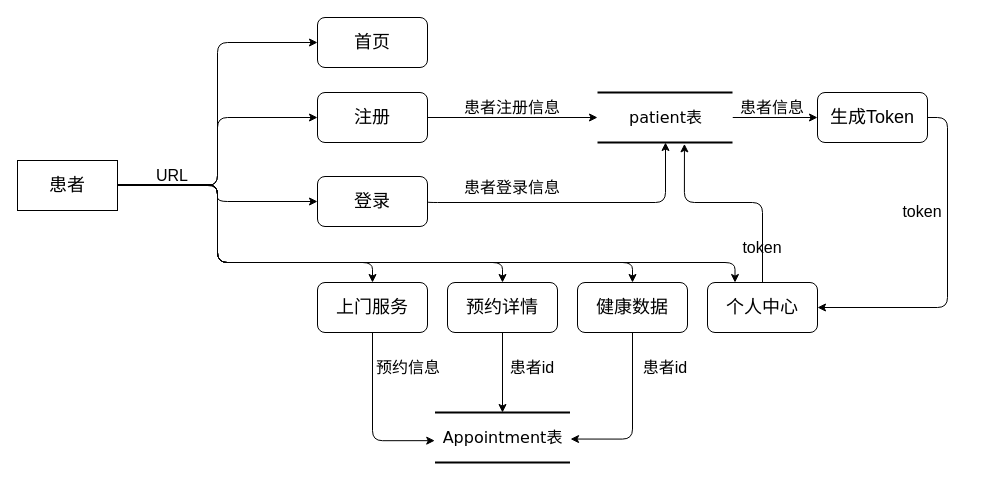
The draw.io diagram draw_image/数据流图_顶层.drawio in JJLin0612/image_from_draw, before the edit. Source tidied: cells renumbered, new cells numbered last; positions are measured from the earlier drawing's top-left corner, leaving out a move shared by most shapes. Both pictures are drawn from the tidied source at 100%, with x=0, y=0 at pixel (17, 17).
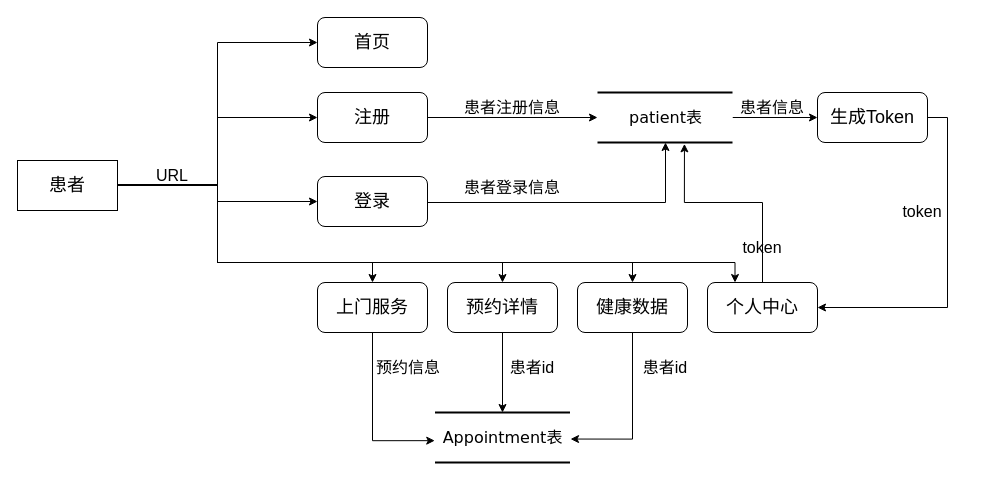
Above is the later version.

Commit message:
圆角箭头改为直角箭头.drawio

The change refers to these unchanged cells:
```xml
<mxCell id="9" value="&lt;font style=&quot;font-size: 18px;&quot;&gt;患者&lt;/font&gt;" style="rounded=0;whiteSpace=wrap;html=1;" parent="1" vertex="1">
  <mxGeometry y="143" width="100" height="50" as="geometry" />
</mxCell>
<mxCell id="11" value="&lt;font style=&quot;font-size: 18px;&quot;&gt;登录&lt;/font&gt;" style="rounded=1;whiteSpace=wrap;html=1;" parent="1" vertex="1">
  <mxGeometry x="300" y="159" width="110" height="50" as="geometry" />
</mxCell>
<mxCell id="13" value="&lt;font style=&quot;font-size: 18px;&quot;&gt;注册&lt;/font&gt;" style="rounded=1;whiteSpace=wrap;html=1;" parent="1" vertex="1">
  <mxGeometry x="300" y="75" width="110" height="50" as="geometry" />
</mxCell>
<mxCell id="15" value="&lt;font style=&quot;font-size: 18px;&quot;&gt;上门服务&lt;/font&gt;" style="rounded=1;whiteSpace=wrap;html=1;" parent="1" vertex="1">
  <mxGeometry x="300" y="265" width="110" height="50" as="geometry" />
</mxCell>
<mxCell id="17" value="&lt;font style=&quot;font-size: 18px;&quot;&gt;预约详情&lt;/font&gt;" style="rounded=1;whiteSpace=wrap;html=1;" parent="1" vertex="1">
  <mxGeometry x="430" y="265" width="110" height="50" as="geometry" />
</mxCell>
<mxCell id="19" value="&lt;font style=&quot;font-size: 18px;&quot;&gt;健康数据&lt;/font&gt;" style="rounded=1;whiteSpace=wrap;html=1;" parent="1" vertex="1">
  <mxGeometry x="560" y="265" width="110" height="50" as="geometry" />
</mxCell>
<mxCell id="21" value="&lt;font style=&quot;font-size: 18px;&quot;&gt;个人中心&lt;/font&gt;" style="rounded=1;whiteSpace=wrap;html=1;" parent="1" vertex="1">
  <mxGeometry x="690" y="265" width="110" height="50" as="geometry" />
</mxCell>
<mxCell id="22" value="&lt;font style=&quot;font-size: 18px;&quot;&gt;首页&lt;/font&gt;" style="rounded=1;whiteSpace=wrap;html=1;" parent="1" vertex="1">
  <mxGeometry x="300" width="110" height="50" as="geometry" />
</mxCell>
<mxCell id="23" value="&lt;font style=&quot;font-size: 16px;&quot;&gt;Appointment表&lt;/font&gt;" style="html=1;rounded=0;shadow=0;comic=0;labelBackgroundColor=none;strokeWidth=2;fontFamily=Verdana;fontSize=12;align=center;shape=mxgraph.ios7ui.horLines;" parent="1" vertex="1">
  <mxGeometry x="417.5" y="395" width="135" height="50" as="geometry" />
</mxCell>
<mxCell id="25" value="&lt;font style=&quot;font-size: 16px;&quot;&gt;patient表&lt;/font&gt;" style="html=1;rounded=0;shadow=0;comic=0;labelBackgroundColor=none;strokeWidth=2;fontFamily=Verdana;fontSize=12;align=center;shape=mxgraph.ios7ui.horLines;" parent="1" vertex="1">
  <mxGeometry x="580" y="75" width="135" height="50" as="geometry" />
</mxCell>
<mxCell id="29" value="&lt;font style=&quot;font-size: 18px;&quot;&gt;生成Token&lt;/font&gt;" style="rounded=1;whiteSpace=wrap;html=1;" parent="1" vertex="1">
  <mxGeometry x="800" y="75" width="110" height="50" as="geometry" />
</mxCell>
```

Change to the diagram source:
```diff
@@
-    <mxCell id="2" style="edgeStyle=orthogonalEdgeStyle;rounded=1;jettySize=auto;html=1;exitX=1;exitY=0.5;exitDx=0;exitDy=0;" parent="1" edge="1" source="9" target="15">
+    <mxCell id="2" style="edgeStyle=orthogonalEdgeStyle;rounded=0;jettySize=auto;html=1;exitX=1;exitY=0.5;exitDx=0;exitDy=0;" parent="1" edge="1" source="9" target="15">
       <mxGeometry relative="1" as="geometry">
         <Array as="points">
           <mxPoint x="60" y="168" />
           <mxPoint x="200" y="167" />
           <mxPoint x="200" y="245" />
           <mxPoint x="355" y="245" />
         </Array>
       </mxGeometry>
     </mxCell>
-    <mxCell id="3" style="edgeStyle=orthogonalEdgeStyle;rounded=1;jettySize=auto;html=1;exitX=1;exitY=0.5;exitDx=0;exitDy=0;entryX=0.5;entryY=0;entryDx=0;entryDy=0;" parent="1" edge="1" source="9" target="17">
+    <mxCell id="3" style="edgeStyle=orthogonalEdgeStyle;rounded=0;jettySize=auto;html=1;exitX=1;exitY=0.5;exitDx=0;exitDy=0;entryX=0.5;entryY=0;entryDx=0;entryDy=0;" parent="1" edge="1" source="9" target="17">
       <mxGeometry relative="1" as="geometry">
         <Array as="points">
           <mxPoint x="60" y="168" />
           <mxPoint x="200" y="167" />
           <mxPoint x="200" y="245" />
           <mxPoint x="485" y="245" />
         </Array>
       </mxGeometry>
     </mxCell>
-    <mxCell id="4" style="edgeStyle=orthogonalEdgeStyle;rounded=1;jettySize=auto;html=1;exitX=1;exitY=0.5;exitDx=0;exitDy=0;entryX=0.5;entryY=0;entryDx=0;entryDy=0;" parent="1" edge="1" source="9" target="19">
+    <mxCell id="4" style="edgeStyle=orthogonalEdgeStyle;rounded=0;jettySize=auto;html=1;exitX=1;exitY=0.5;exitDx=0;exitDy=0;entryX=0.5;entryY=0;entryDx=0;entryDy=0;" parent="1" edge="1" source="9" target="19">
       <mxGeometry relative="1" as="geometry">
         <Array as="points">
           <mxPoint x="60" y="168" />
           <mxPoint x="200" y="167" />
           <mxPoint x="200" y="245" />
           <mxPoint x="615" y="245" />
         </Array>
       </mxGeometry>
     </mxCell>
-    <mxCell id="5" style="edgeStyle=orthogonalEdgeStyle;rounded=1;jettySize=auto;html=1;exitX=1;exitY=0.5;exitDx=0;exitDy=0;entryX=0.25;entryY=0;entryDx=0;entryDy=0;" parent="1" edge="1" source="9" target="21">
+    <mxCell id="5" style="edgeStyle=orthogonalEdgeStyle;rounded=0;jettySize=auto;html=1;exitX=1;exitY=0.5;exitDx=0;exitDy=0;entryX=0.25;entryY=0;entryDx=0;entryDy=0;" parent="1" edge="1" source="9" target="21">
       <mxGeometry relative="1" as="geometry">
         <Array as="points">
           <mxPoint x="60" y="168" />
           <mxPoint x="200" y="167" />
           <mxPoint x="200" y="245" />
           <mxPoint x="718" y="245" />
         </Array>
       </mxGeometry>
     </mxCell>
-    <mxCell id="6" style="edgeStyle=orthogonalEdgeStyle;rounded=1;jettySize=auto;html=1;exitX=1;exitY=0.5;exitDx=0;exitDy=0;entryX=0;entryY=0.5;entryDx=0;entryDy=0;" parent="1" edge="1" source="9" target="13">
+    <mxCell id="6" style="edgeStyle=orthogonalEdgeStyle;rounded=0;jettySize=auto;html=1;exitX=1;exitY=0.5;exitDx=0;exitDy=0;entryX=0;entryY=0.5;entryDx=0;entryDy=0;" parent="1" edge="1" source="9" target="13">
       <mxGeometry relative="1" as="geometry" />
     </mxCell>
-    <mxCell id="7" style="edgeStyle=orthogonalEdgeStyle;rounded=1;jettySize=auto;html=1;exitX=1;exitY=0.5;exitDx=0;exitDy=0;entryX=0;entryY=0.5;entryDx=0;entryDy=0;" parent="1" edge="1" source="9" target="22">
+    <mxCell id="7" style="edgeStyle=orthogonalEdgeStyle;rounded=0;jettySize=auto;html=1;exitX=1;exitY=0.5;exitDx=0;exitDy=0;entryX=0;entryY=0.5;entryDx=0;entryDy=0;" parent="1" edge="1" source="9" target="22">
       <mxGeometry relative="1" as="geometry" />
     </mxCell>
-    <mxCell id="8" style="edgeStyle=orthogonalEdgeStyle;rounded=1;jettySize=auto;html=1;exitX=1;exitY=0.5;exitDx=0;exitDy=0;entryX=0;entryY=0.5;entryDx=0;entryDy=0;" parent="1" edge="1" source="9" target="11">
+    <mxCell id="8" style="edgeStyle=orthogonalEdgeStyle;rounded=0;jettySize=auto;html=1;exitX=1;exitY=0.5;exitDx=0;exitDy=0;entryX=0;entryY=0.5;entryDx=0;entryDy=0;" parent="1" edge="1" source="9" target="11">
       <mxGeometry relative="1" as="geometry" />
     </mxCell>
@@
-    <mxCell id="10" style="edgeStyle=orthogonalEdgeStyle;rounded=1;jettySize=auto;html=1;exitX=1;exitY=0.5;exitDx=0;exitDy=0;" parent="1" edge="1" source="11" target="25">
+    <mxCell id="10" style="edgeStyle=orthogonalEdgeStyle;rounded=0;jettySize=auto;html=1;exitX=1;exitY=0.5;exitDx=0;exitDy=0;" parent="1" edge="1" source="11" target="25">
       <mxGeometry relative="1" as="geometry">
         <Array as="points">
           <mxPoint x="410" y="185" />
           <mxPoint x="648" y="185" />
         </Array>
       </mxGeometry>
     </mxCell>
@@
-    <mxCell id="14" style="edgeStyle=orthogonalEdgeStyle;rounded=1;jettySize=auto;html=1;exitX=0.5;exitY=1;exitDx=0;exitDy=0;entryX=-0.002;entryY=0.563;entryDx=0;entryDy=0;entryPerimeter=0;" parent="1" edge="1" source="15" target="23">
+    <mxCell id="14" style="edgeStyle=orthogonalEdgeStyle;rounded=0;jettySize=auto;html=1;exitX=0.5;exitY=1;exitDx=0;exitDy=0;entryX=-0.002;entryY=0.563;entryDx=0;entryDy=0;entryPerimeter=0;" parent="1" edge="1" source="15" target="23">
       <mxGeometry relative="1" as="geometry" />
     </mxCell>
@@
-    <mxCell id="18" style="edgeStyle=orthogonalEdgeStyle;rounded=1;jettySize=auto;html=1;exitX=0.5;exitY=1;exitDx=0;exitDy=0;entryX=1.004;entryY=0.531;entryDx=0;entryDy=0;entryPerimeter=0;" parent="1" edge="1" source="19" target="23">
+    <mxCell id="18" style="edgeStyle=orthogonalEdgeStyle;rounded=0;jettySize=auto;html=1;exitX=0.5;exitY=1;exitDx=0;exitDy=0;entryX=1.004;entryY=0.531;entryDx=0;entryDy=0;entryPerimeter=0;" parent="1" edge="1" source="19" target="23">
       <mxGeometry relative="1" as="geometry" />
     </mxCell>
@@
-    <mxCell id="20" style="edgeStyle=orthogonalEdgeStyle;rounded=1;jettySize=auto;html=1;exitX=0.5;exitY=0;exitDx=0;exitDy=0;entryX=0.644;entryY=1.027;entryDx=0;entryDy=0;entryPerimeter=0;" parent="1" edge="1" source="21" target="25">
+    <mxCell id="20" style="edgeStyle=orthogonalEdgeStyle;rounded=0;jettySize=auto;html=1;exitX=0.5;exitY=0;exitDx=0;exitDy=0;entryX=0.644;entryY=1.027;entryDx=0;entryDy=0;entryPerimeter=0;" parent="1" edge="1" source="21" target="25">
       <mxGeometry relative="1" as="geometry">
         <Array as="points">
           <mxPoint x="745" y="185" />
           <mxPoint x="667" y="185" />
         </Array>
       </mxGeometry>
     </mxCell>
@@
-    <mxCell id="28" style="edgeStyle=orthogonalEdgeStyle;rounded=1;jettySize=auto;html=1;exitX=1;exitY=0.5;exitDx=0;exitDy=0;entryX=1;entryY=0.5;entryDx=0;entryDy=0;" parent="1" edge="1" source="29" target="21">
+    <mxCell id="28" style="edgeStyle=orthogonalEdgeStyle;rounded=0;jettySize=auto;html=1;exitX=1;exitY=0.5;exitDx=0;exitDy=0;entryX=1;entryY=0.5;entryDx=0;entryDy=0;" parent="1" edge="1" source="29" target="21">
       <mxGeometry relative="1" as="geometry">
         <Array as="points">
           <mxPoint x="930" y="100" />
           <mxPoint x="930" y="290" />
         </Array>
       </mxGeometry>
     </mxCell>
```
